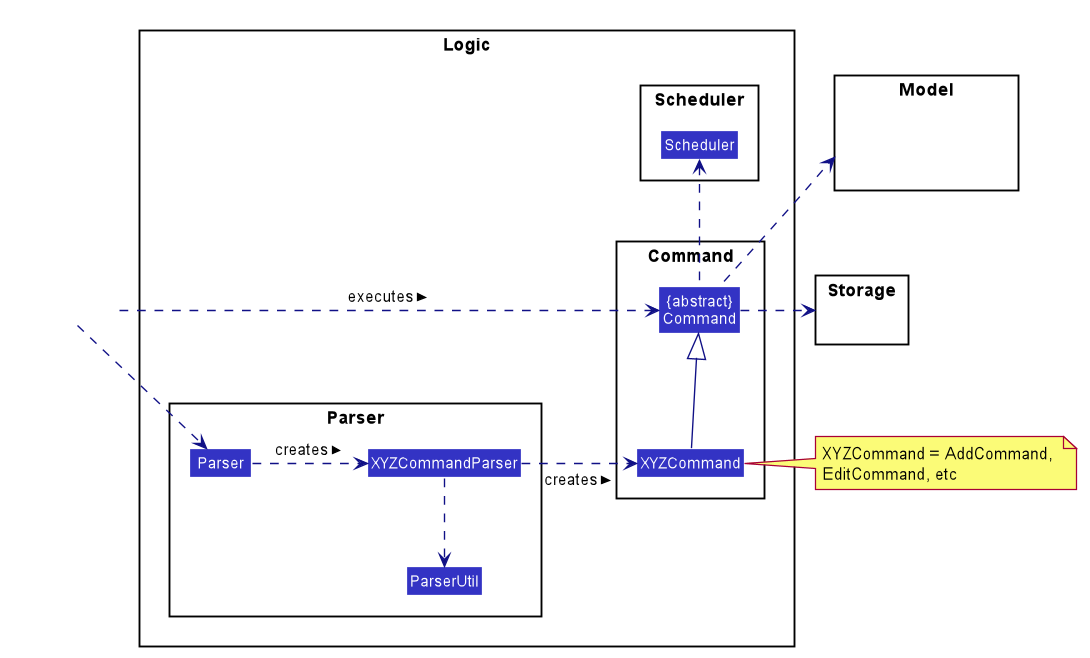
Earlier version of the PlantUML export docs/DG_Images/LogicClassDiagram.png (nus-cs2113-AY2021S1/tp). Its diagram source:
```plantuml
@startuml








skinparam BackgroundColor #FFFFFFF

skinparam Shadowing false

skinparam Class {
    FontColor #FFFFFF
    BorderThickness 1
    BorderColor #FFFFFF
    StereotypeFontColor #FFFFFF
    FontName Arial
}

skinparam Actor {
    BorderColor #000000
    Color #000000
    FontName Arial
}

skinparam Sequence {
    MessageAlign center
    BoxFontSize 15
    BoxPadding 0
    BoxFontColor #FFFFFF
    FontName Arial
}

skinparam Participant {
    FontColor #FFFFFFF
    Padding 20
}

skinparam MinClassWidth 50
skinparam ParticipantPadding 10
skinparam Shadowing false
skinparam DefaultTextAlignment center
skinparam packageStyle Rectangle
skinparam classAttributeIconSize 0
skinparam classAttributeFontColor white

hide footbox
hide members
hide circle
skinparam arrowThickness 1.1
skinparam arrowColor #101086
skinparam classBackgroundColor #3333C4

package Logic {

package Parser {
Class Parser
Class XYZCommandParser
Class ParserUtil
}

package Command {
Class XYZCommand
Class "{abstract}\nCommand" as Command
}

package Scheduler {
Class Scheduler
}
}

package Model{
Class HiddenModel #FFFFFF
}

package Storage{
Class HiddenModel #FFFFFF
}

Class HiddenOutside #FFFFFF
HiddenOutside .right.> Parser

Parser .right.> XYZCommandParser : creates >

XYZCommandParser .down.> ParserUtil

XYZCommandParser .right.> XYZCommand : creates >

HiddenOutside .right.> Command : executes >

XYZCommand -up-|> Command

Command .right.> Storage

Command .up.> Model
note right of XYZCommand: XYZCommand = AddCommand, \nEditCommand, etc
Command .up.> Scheduler


@enduml
```
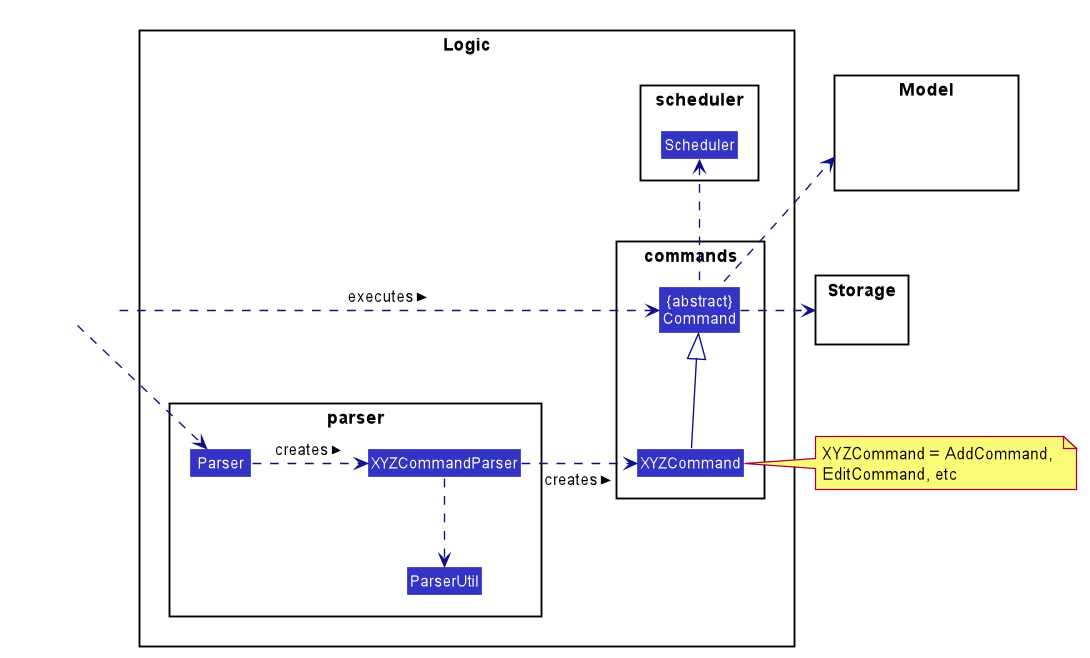
After the change.

Commit message:
Update Logic component

What changed in the source:
```diff
@@ -1,4 +1,5 @@
 @startuml
+
 
 
 
@@ -45,6 +46,7 @@
 skinparam packageStyle Rectangle
 skinparam classAttributeIconSize 0
 skinparam classAttributeFontColor white
+skinparam classAttributeFontSize 12
 
 hide footbox
 hide members
@@ -55,18 +57,18 @@
 
 package Logic {
 
-package Parser {
+package parser {
 Class Parser
 Class XYZCommandParser
 Class ParserUtil
 }
 
-package Command {
+package commands {
 Class XYZCommand
 Class "{abstract}\nCommand" as Command
 }
 
-package Scheduler {
+package scheduler {
 Class Scheduler
 }
 }
```
